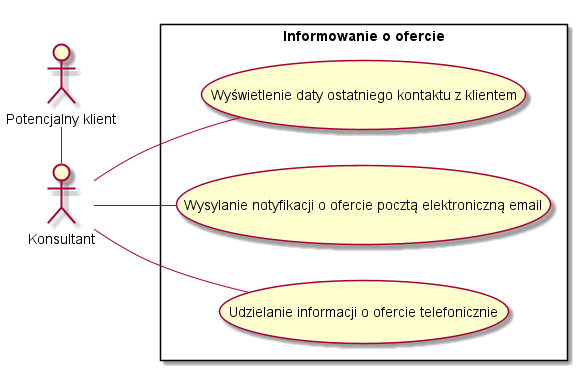
Above: src/Projekt systemu/Projekt systemu-5.png in pixellos/Agh.5.Psi (PlantUML), before the change. Source of this version:
```plantuml
@startuml
left to right direction
skinparam packageStyle rectangle
actor :Potencjalny klient:
actor Konsultant
rectangle "Informowanie o ofercie" {
    (Konsultant) -- (Wyświetlenie daty ostatniego kontaktu z klientem)
    (Konsultant) -- (Wysylanie notyfikacji o ofercie pocztą elektroniczną email)
    (Konsultant) -- (Udzielanie informacji o ofercie telefonicznie)
    :Potencjalny klient: - (Konsultant)
}
@enduml
```
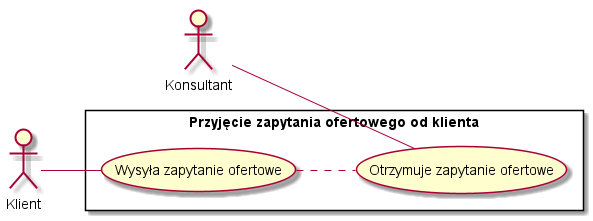
After the change.

Change to the diagram source:
```diff
@@ -1,12 +1,11 @@
 @startuml
 left to right direction
 skinparam packageStyle rectangle
-actor :Potencjalny klient:
 actor Konsultant
-rectangle "Informowanie o ofercie" {
-    (Konsultant) -- (Wyświetlenie daty ostatniego kontaktu z klientem)
-    (Konsultant) -- (Wysylanie notyfikacji o ofercie pocztą elektroniczną email)
-    (Konsultant) -- (Udzielanie informacji o ofercie telefonicznie)
-    :Potencjalny klient: - (Konsultant)
+actor Klient
+rectangle "Przyjęcie zapytania ofertowego od klienta" {
+  Klient -- (Wysyła zapytanie ofertowe)
+  Konsultant -- (Otrzymuje zapytanie ofertowe)
+  (Wysyła zapytanie ofertowe) ..  (Otrzymuje zapytanie ofertowe)
 }
 @enduml
```
